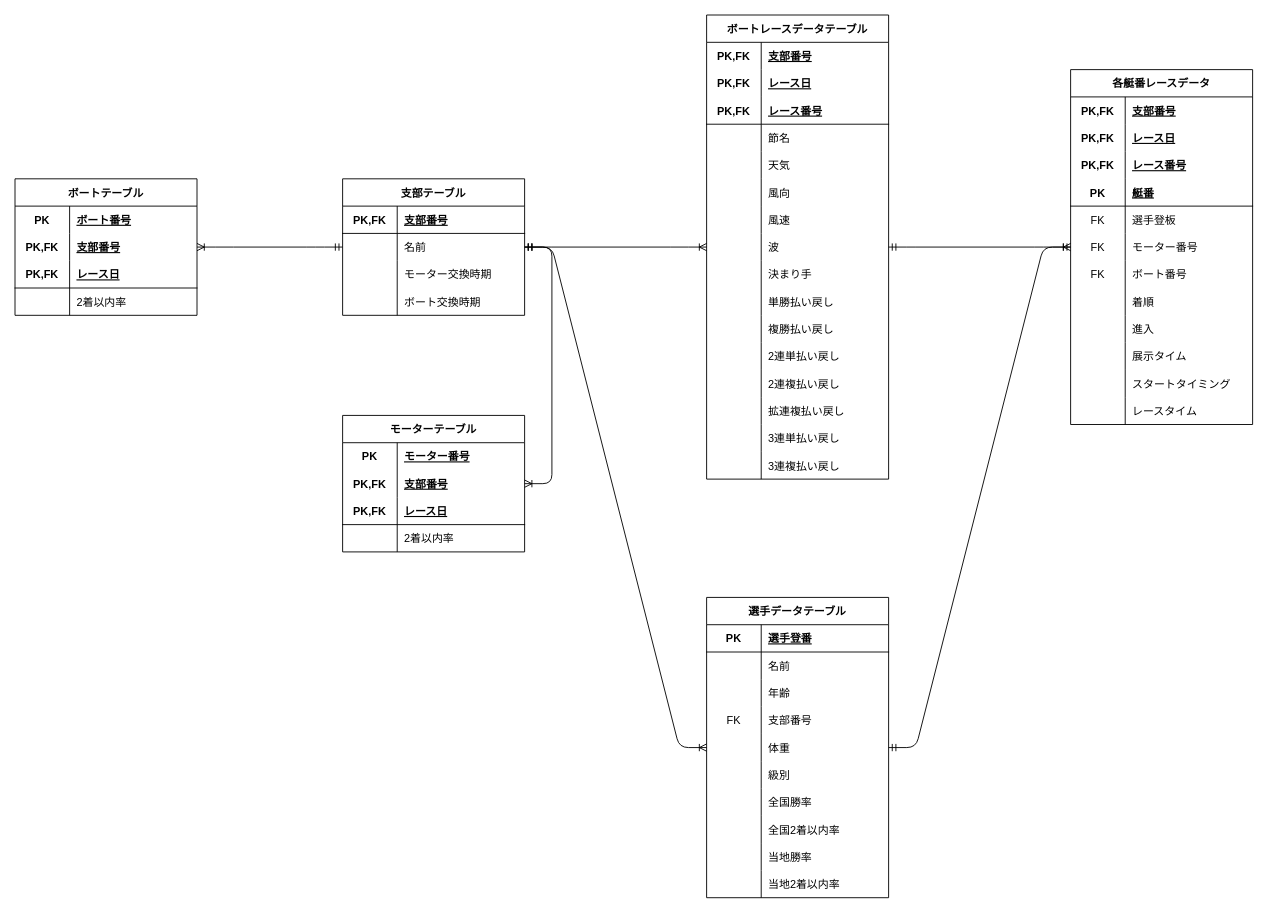
Before: page "論理設計" (2 of 3) of .db_design/db_design.dio in nishio-n0522/predict_boat, a draw.io diagram. Source tidied: cells renumbered, new cells numbered last; positions are measured from the earlier drawing's top-left corner, leaving out a move shared by most shapes. Both pictures are drawn from the tidied source at 91%, with x=0, y=0 at pixel (15, 15).
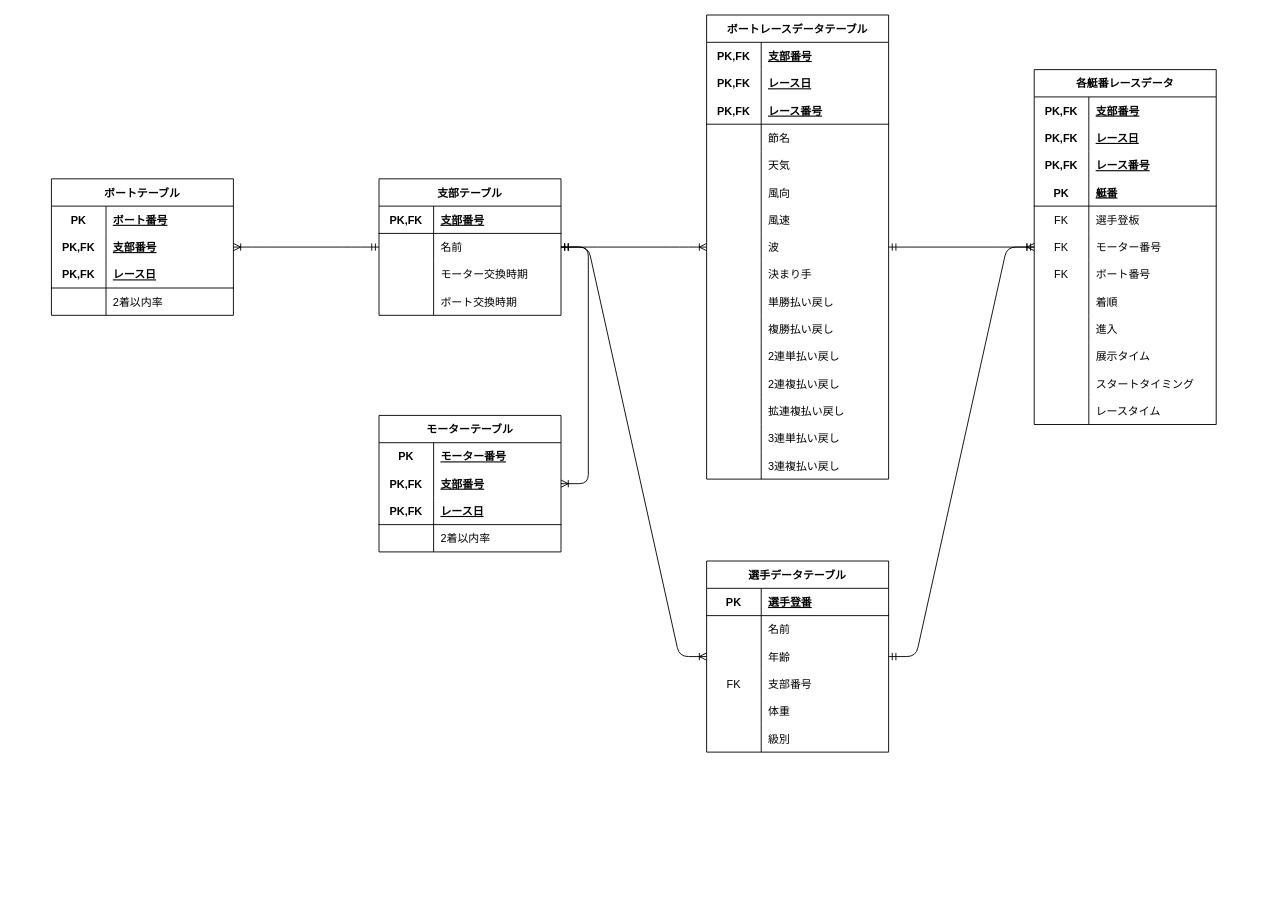
The same diagram, later.

What changed in the source:
```diff
@@
     <mxCell id="51" value="支部テーブル" style="shape=table;startSize=30;childLayout=tableLayout;rowLines=0;fontStyle=1;align=center;" parent="1" vertex="1">
-      <mxGeometry x="360" y="180" width="200" height="150" as="geometry" />
+      <mxGeometry x="400" y="180" width="200" height="150" as="geometry" />
     </mxCell>
@@
     <mxCell id="64" value="選手データテーブル" style="shape=table;startSize=30;childLayout=tableLayout;rowLines=0;fontStyle=1;align=center;" parent="1" vertex="1">
-      <mxGeometry x="760" y="640" width="200" height="330" as="geometry" />
+      <mxGeometry x="760" y="600" width="200" height="210" as="geometry" />
     </mxCell>
@@
-    <mxCell id="83" style="shape=tableRow;horizontal=0;startSize=0;swimlaneHead=0;swimlaneBody=0;fillColor=none;top=0;left=0;right=0;bottom=0;" parent="64" vertex="1">
-      <mxGeometry y="210" width="200" height="30" as="geometry" />
-    </mxCell>
-    <mxCell id="84" style="shape=partialRectangle;fillColor=none;top=0;left=0;bottom=0;right=0;overflow=hidden;" parent="83" vertex="1">
-      <mxGeometry width="60" height="30" as="geometry" />
-    </mxCell>
-    <mxCell id="85" value="全国勝率" style="shape=partialRectangle;fillColor=none;top=0;left=0;bottom=0;right=0;align=left;spacingLeft=6;overflow=hidden;" parent="83" vertex="1">
-      <mxGeometry x="60" width="140" height="30" as="geometry" />
-    </mxCell>
-    <mxCell id="86" style="shape=tableRow;horizontal=0;startSize=0;swimlaneHead=0;swimlaneBody=0;fillColor=none;top=0;left=0;right=0;bottom=0;" parent="64" vertex="1">
-      <mxGeometry y="240" width="200" height="30" as="geometry" />
-    </mxCell>
-    <mxCell id="87" style="shape=partialRectangle;fillColor=none;top=0;left=0;bottom=0;right=0;overflow=hidden;" parent="86" vertex="1">
-      <mxGeometry width="60" height="30" as="geometry" />
-    </mxCell>
-    <mxCell id="88" value="全国2着以内率" style="shape=partialRectangle;fillColor=none;top=0;left=0;bottom=0;right=0;align=left;spacingLeft=6;overflow=hidden;" parent="86" vertex="1">
-      <mxGeometry x="60" width="140" height="30" as="geometry" />
-    </mxCell>
-    <mxCell id="89" style="shape=tableRow;horizontal=0;startSize=0;swimlaneHead=0;swimlaneBody=0;fillColor=none;top=0;left=0;right=0;bottom=0;" parent="64" vertex="1">
-      <mxGeometry y="270" width="200" height="30" as="geometry" />
-    </mxCell>
-    <mxCell id="90" style="shape=partialRectangle;fillColor=none;top=0;left=0;bottom=0;right=0;overflow=hidden;" parent="89" vertex="1">
-      <mxGeometry width="60" height="30" as="geometry" />
-    </mxCell>
-    <mxCell id="91" value="当地勝率" style="shape=partialRectangle;fillColor=none;top=0;left=0;bottom=0;right=0;align=left;spacingLeft=6;overflow=hidden;" parent="89" vertex="1">
-      <mxGeometry x="60" width="140" height="30" as="geometry" />
-    </mxCell>
-    <mxCell id="92" style="shape=tableRow;horizontal=0;startSize=0;swimlaneHead=0;swimlaneBody=0;fillColor=none;top=0;left=0;right=0;bottom=0;" parent="64" vertex="1">
-      <mxGeometry y="300" width="200" height="30" as="geometry" />
-    </mxCell>
-    <mxCell id="93" style="shape=partialRectangle;fillColor=none;top=0;left=0;bottom=0;right=0;overflow=hidden;" parent="92" vertex="1">
-      <mxGeometry width="60" height="30" as="geometry" />
-    </mxCell>
-    <mxCell id="94" value="当地2着以内率" style="shape=partialRectangle;fillColor=none;top=0;left=0;bottom=0;right=0;align=left;spacingLeft=6;overflow=hidden;" parent="92" vertex="1">
-      <mxGeometry x="60" width="140" height="30" as="geometry" />
-    </mxCell>
     <mxCell id="95" value="各艇番レースデータ" style="shape=table;startSize=30;childLayout=tableLayout;rowLines=0;fontStyle=1;align=center;" parent="1" vertex="1">
-      <mxGeometry x="1160" y="60" width="200" height="390" as="geometry" />
+      <mxGeometry x="1120" y="60" width="200" height="390" as="geometry" />
     </mxCell>
@@
     <mxCell id="132" value="モーターテーブル" style="shape=table;startSize=30;childLayout=tableLayout;rowLines=0;fontStyle=1;align=center;" parent="1" vertex="1">
-      <mxGeometry x="360" y="440" width="200" height="150" as="geometry" />
+      <mxGeometry x="400" y="440" width="200" height="150" as="geometry" />
     </mxCell>
@@
     <mxCell id="145" value="ボートテーブル" style="shape=table;startSize=30;childLayout=tableLayout;rowLines=0;fontStyle=1;align=center;" parent="1" vertex="1">
-      <mxGeometry y="180" width="200" height="150" as="geometry" />
+      <mxGeometry x="40" y="180" width="200" height="150" as="geometry" />
     </mxCell>
```
